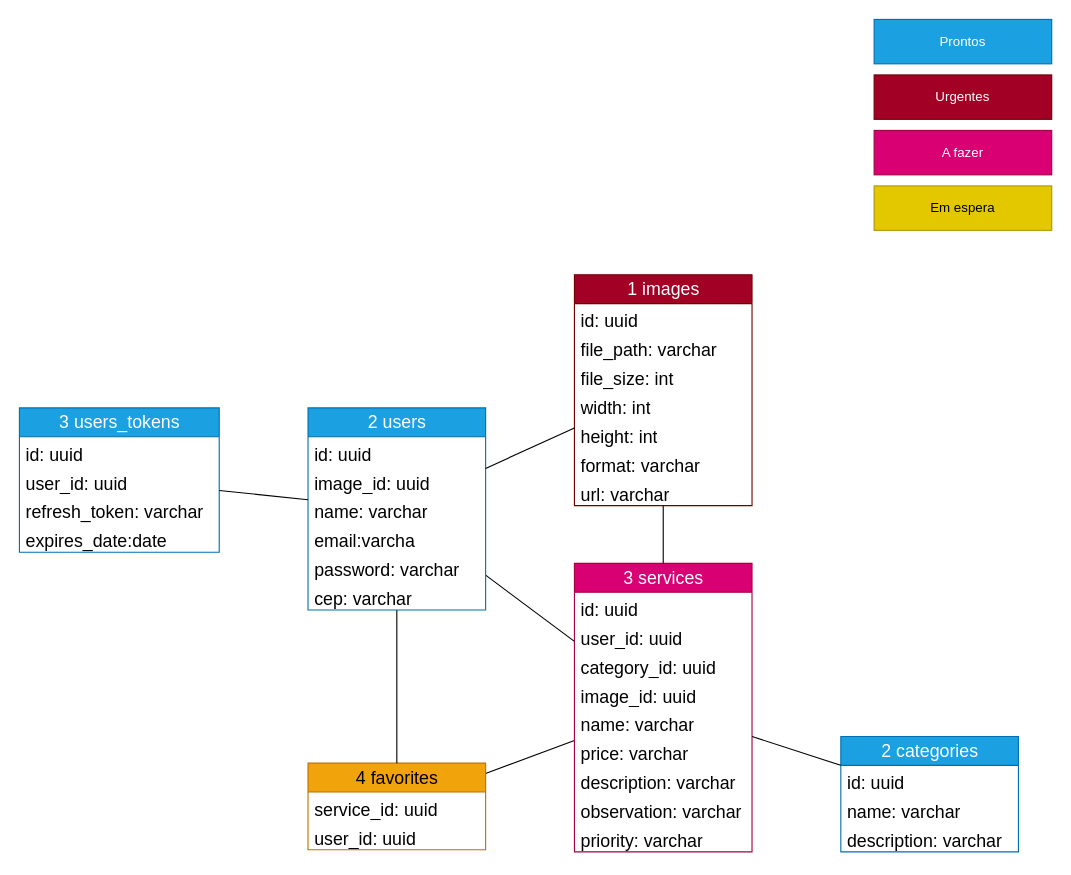
GabrielMarquesGithub/work-wave-backend keeps this draw.io diagram as docs/database-model.drawio. Above is the earlier version. Source tidied: cells renumbered, new cells numbered last; positions are measured from the earlier drawing's top-left corner, leaving out a move shared by most shapes. Both pictures are drawn from the tidied source at 111%, with x=0, y=0 at pixel (19, 19).
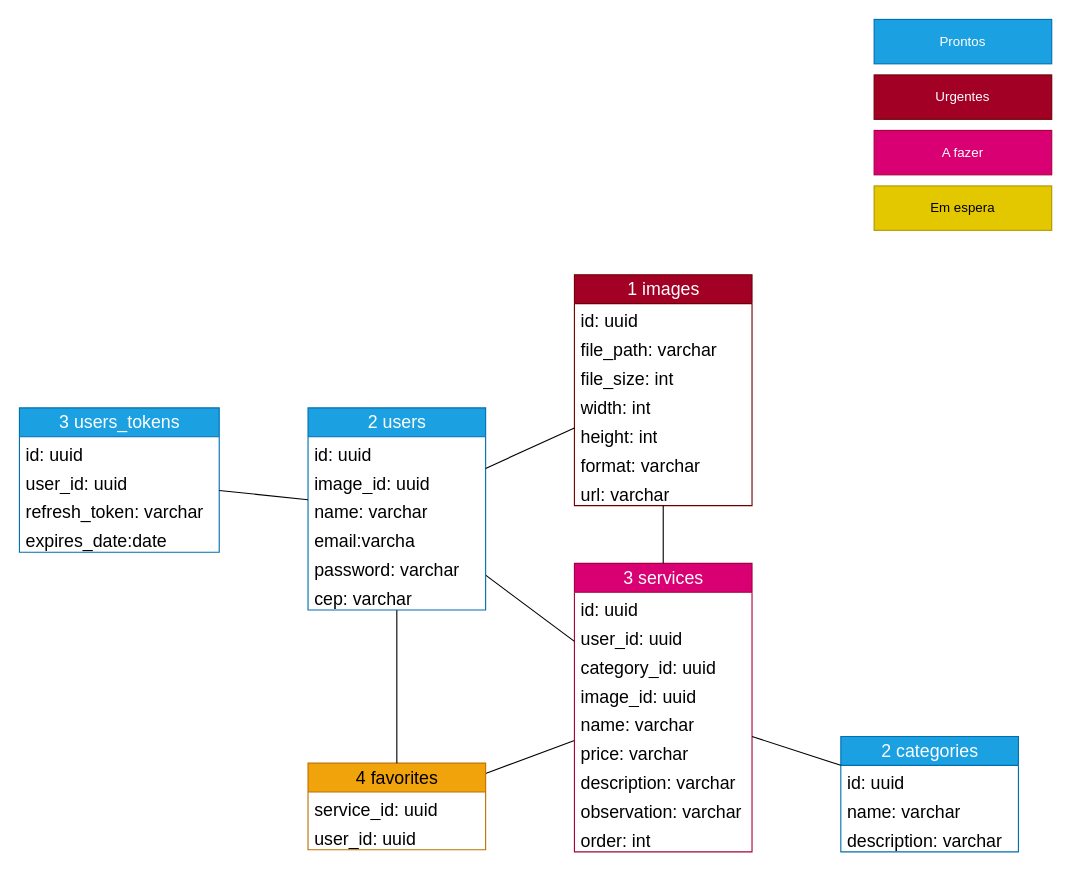
Above is the later version.

The change refers to these unchanged cells:
```xml
<mxCell id="6" value="3 services" style="swimlane;fontStyle=0;horizontal=1;startSize=26;fillColor=#d80073;html=1;fontSize=16;fontColor=#ffffff;strokeColor=#A50040;" parent="1" vertex="1">
  <mxGeometry x="500" y="490" width="160" height="260" as="geometry" />
</mxCell>
```

Change to the diagram source:
```diff
@@
-    <mxCell id="15" value="priority: varchar" style="text;strokeColor=none;fillColor=none;align=left;verticalAlign=top;spacingLeft=4;spacingRight=4;overflow=hidden;whiteSpace=wrap;html=1;fontSize=16;" parent="6" vertex="1">
+    <mxCell id="15" value="order: int" style="text;strokeColor=none;fillColor=none;align=left;verticalAlign=top;spacingLeft=4;spacingRight=4;overflow=hidden;whiteSpace=wrap;html=1;fontSize=16;" parent="6" vertex="1">
       <mxGeometry y="234" width="160" height="26" as="geometry" />
     </mxCell>
```
